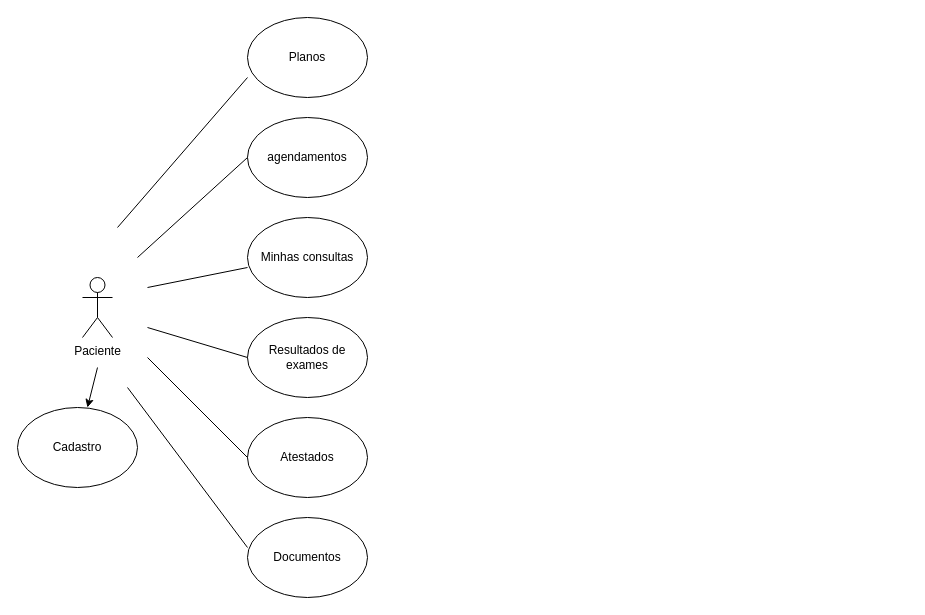
Before: page "Página-4" (4 of 4) of Diagrama sem nome.drawio in Anthony-zzz/diagramasderequisitos, a draw.io diagram. Source tidied: cells renumbered, new cells numbered last; positions are measured from the earlier drawing's top-left corner, leaving out a move shared by most shapes. Both pictures are drawn from the tidied source at 100%, with x=0, y=0 at pixel (17, 17).
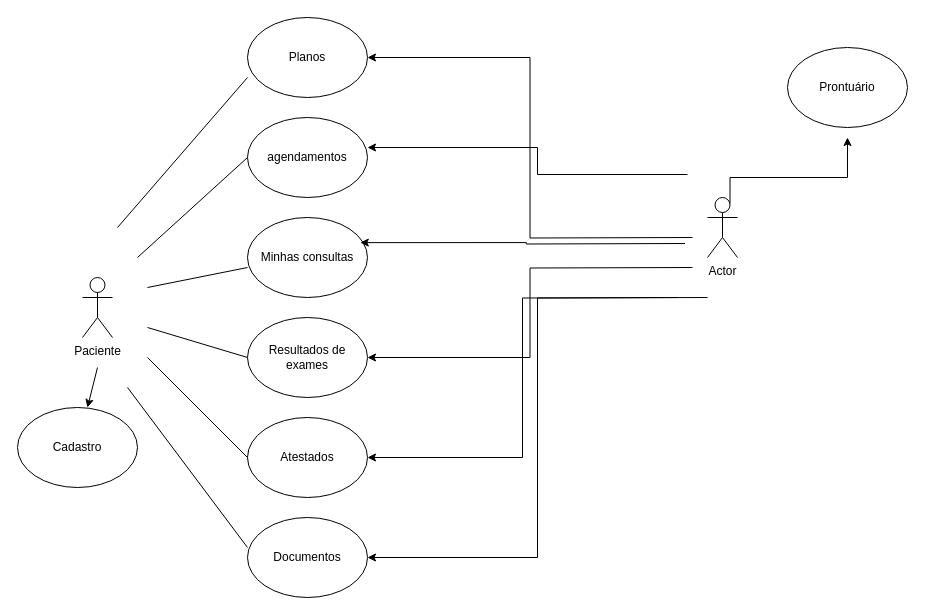
The same diagram, later.

Unchanged cells that the change refers to:
```xml
<mxCell id="4" value="Planos" style="ellipse;whiteSpace=wrap;html=1;" parent="1" vertex="1">
  <mxGeometry x="230" width="120" height="80" as="geometry" />
</mxCell>
<mxCell id="5" value="agendamentos" style="ellipse;whiteSpace=wrap;html=1;" parent="1" vertex="1">
  <mxGeometry x="230" y="100" width="120" height="80" as="geometry" />
</mxCell>
<mxCell id="6" value="Minhas consultas" style="ellipse;whiteSpace=wrap;html=1;" parent="1" vertex="1">
  <mxGeometry x="230" y="200" width="120" height="80" as="geometry" />
</mxCell>
<mxCell id="7" value="Resultados de exames" style="ellipse;whiteSpace=wrap;html=1;" parent="1" vertex="1">
  <mxGeometry x="230" y="300" width="120" height="80" as="geometry" />
</mxCell>
<mxCell id="8" value="Atestados" style="ellipse;whiteSpace=wrap;html=1;" parent="1" vertex="1">
  <mxGeometry x="230" y="400" width="120" height="80" as="geometry" />
</mxCell>
<mxCell id="9" value="Documentos" style="ellipse;whiteSpace=wrap;html=1;" parent="1" vertex="1">
  <mxGeometry x="230" y="500" width="120" height="80" as="geometry" />
</mxCell>
```

Diff of the diagram source:
```diff
@@
+    <mxCell id="17" style="edgeStyle=orthogonalEdgeStyle;rounded=0;jettySize=auto;html=1;exitX=0.5;exitY=0;exitDx=0;exitDy=0;exitPerimeter=0;entryX=1;entryY=0.5;entryDx=0;entryDy=0;" parent="1" edge="1" target="4">
+      <mxGeometry relative="1" as="geometry">
+        <mxPoint x="675" y="220" as="sourcePoint" />
+      </mxGeometry>
+    </mxCell>
+    <mxCell id="18" style="edgeStyle=orthogonalEdgeStyle;rounded=0;jettySize=auto;html=1;entryX=1;entryY=0.375;entryDx=0;entryDy=0;entryPerimeter=0;" parent="1" edge="1" target="5">
+      <mxGeometry relative="1" as="geometry">
+        <mxPoint x="670" y="157" as="sourcePoint" />
+        <Array as="points">
+          <mxPoint x="520" y="157" />
+          <mxPoint x="520" y="130" />
+        </Array>
+      </mxGeometry>
+    </mxCell>
+    <mxCell id="19" style="edgeStyle=orthogonalEdgeStyle;rounded=0;jettySize=auto;html=1;exitX=0.5;exitY=0.5;exitDx=0;exitDy=0;exitPerimeter=0;entryX=1;entryY=0.5;entryDx=0;entryDy=0;" parent="1" edge="1" target="7">
+      <mxGeometry relative="1" as="geometry">
+        <mxPoint x="675" y="250" as="sourcePoint" />
+      </mxGeometry>
+    </mxCell>
+    <mxCell id="20" style="edgeStyle=orthogonalEdgeStyle;rounded=0;jettySize=auto;html=1;exitX=0;exitY=1;exitDx=0;exitDy=0;exitPerimeter=0;entryX=1;entryY=0.5;entryDx=0;entryDy=0;" parent="1" edge="1" target="8">
+      <mxGeometry relative="1" as="geometry">
+        <mxPoint x="660" y="280" as="sourcePoint" />
+      </mxGeometry>
+    </mxCell>
+    <mxCell id="21" style="edgeStyle=orthogonalEdgeStyle;rounded=0;jettySize=auto;html=1;exitX=1;exitY=1;exitDx=0;exitDy=0;exitPerimeter=0;entryX=1;entryY=0.5;entryDx=0;entryDy=0;" parent="1" edge="1" target="9">
+      <mxGeometry relative="1" as="geometry">
+        <mxPoint x="690" y="280" as="sourcePoint" />
+      </mxGeometry>
+    </mxCell>
+    <mxCell id="22" style="edgeStyle=orthogonalEdgeStyle;rounded=0;jettySize=auto;html=1;exitX=0.25;exitY=0.1;exitDx=0;exitDy=0;exitPerimeter=0;entryX=0.94;entryY=0.314;entryDx=0;entryDy=0;entryPerimeter=0;" parent="1" edge="1" target="6">
+      <mxGeometry relative="1" as="geometry">
+        <mxPoint x="667.5" y="226" as="sourcePoint" />
+      </mxGeometry>
+    </mxCell>
+    <mxCell id="23" style="edgeStyle=orthogonalEdgeStyle;rounded=0;jettySize=auto;html=1;exitX=0.75;exitY=0.1;exitDx=0;exitDy=0;exitPerimeter=0;" parent="1" edge="1" source="24">
+      <mxGeometry relative="1" as="geometry">
+        <mxPoint x="830" y="120" as="targetPoint" />
+        <Array as="points">
+          <mxPoint x="712" y="160" />
+          <mxPoint x="830" y="160" />
+        </Array>
+      </mxGeometry>
+    </mxCell>
+    <mxCell id="24" value="Actor" style="shape=umlActor;verticalLabelPosition=bottom;verticalAlign=top;html=1;outlineConnect=0;" parent="1" vertex="1">
+      <mxGeometry x="690" y="180" width="30" height="60" as="geometry" />
+    </mxCell>
+    <mxCell id="25" value="Prontuário" style="ellipse;whiteSpace=wrap;html=1;" parent="1" vertex="1">
+      <mxGeometry x="770" y="30" width="120" height="80" as="geometry" />
+    </mxCell>
```
